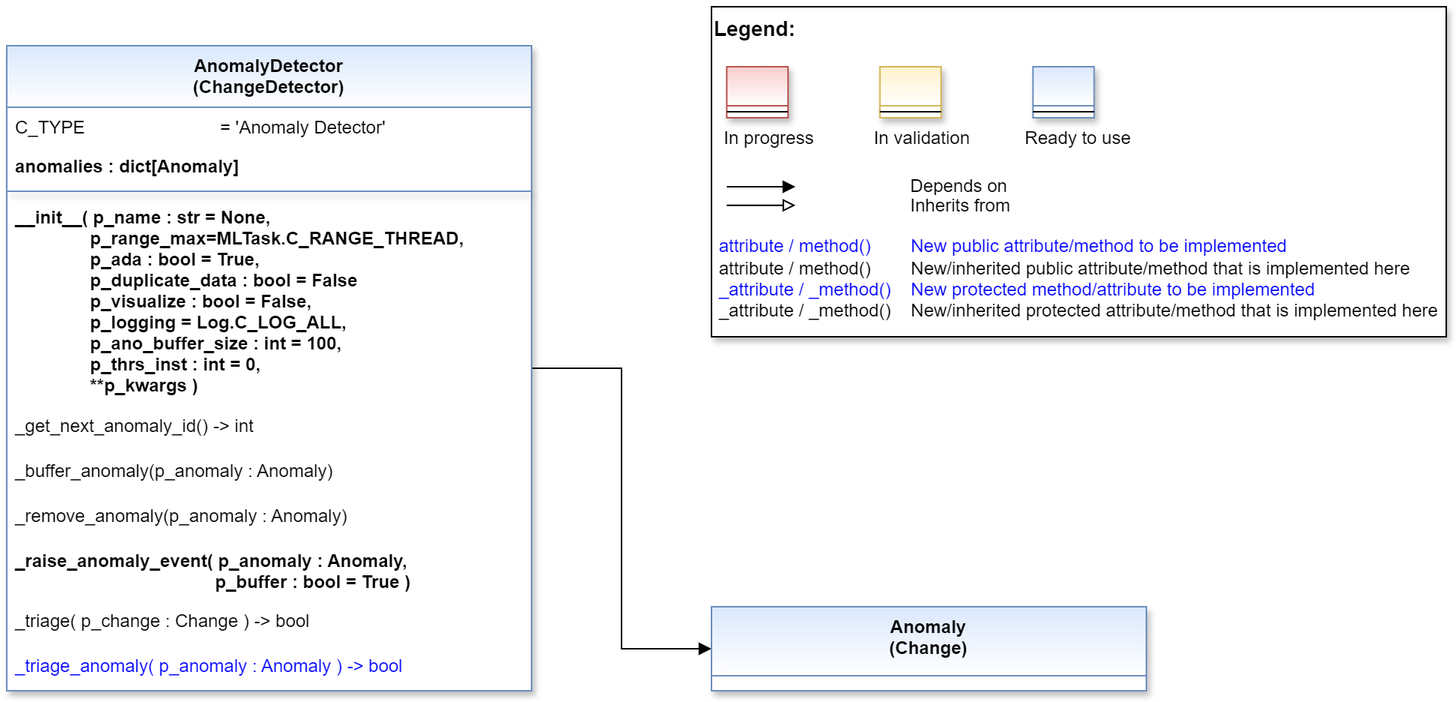
Earlier version of the draw.io export doc/rtd/content/99_appendices/appendix2/sub/mlpro_oa/streams/30_change_detection/10_anomaly_detection/images/MLPro-OA-Anomaly-Detectors_class_diagram.drawio.png (fhswf/MLPro). Source tidied: cells renumbered, new cells last; positions are measured from the earlier drawing's top-left corner, leaving out a move shared by most shapes.
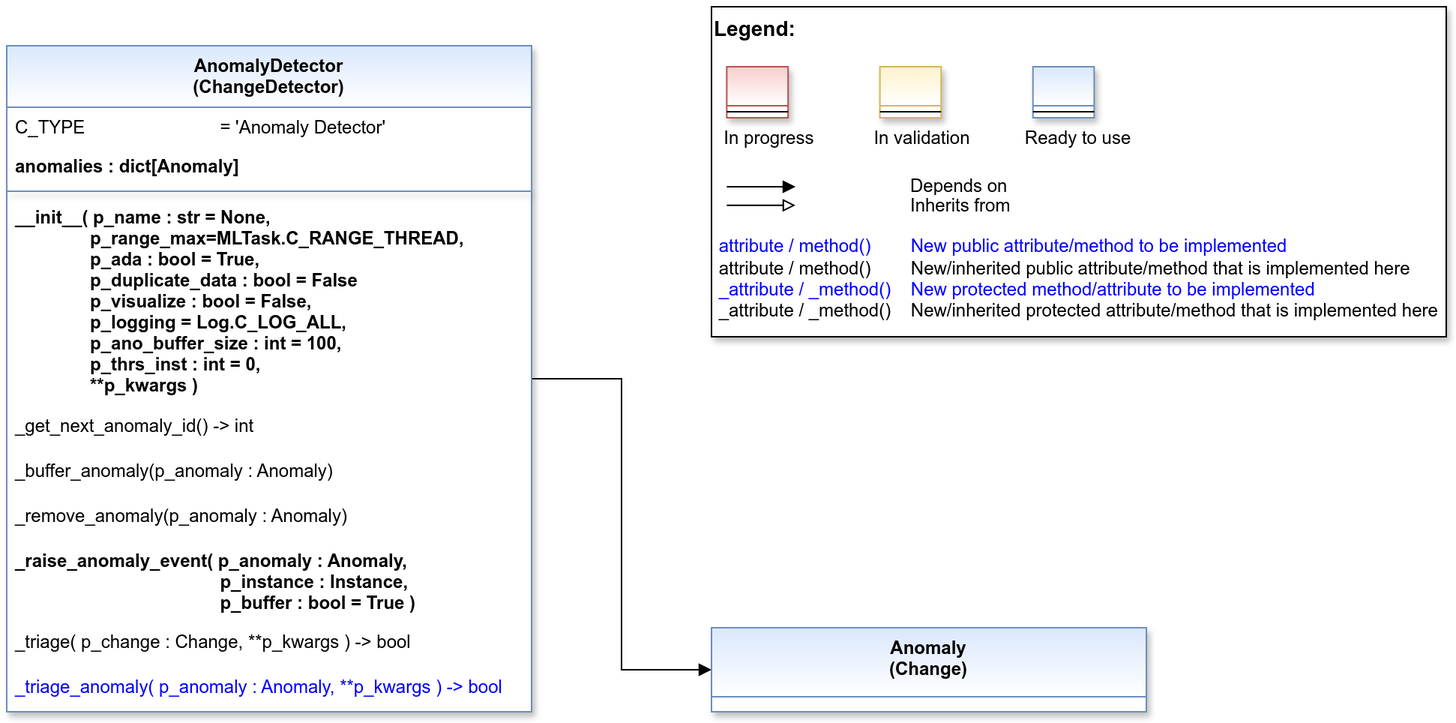
Above is the later version.

What changed in the source:
```diff
@@ -47,7 +47,7 @@
       <mxGeometry relative="1" as="geometry" />
     </mxCell>
     <mxCell id="13" value="AnomalyDetector&#10;(ChangeDetector)" style="swimlane;align=center;verticalAlign=top;horizontal=1;startSize=41;rounded=0;shadow=1;strokeWidth=1;fillColor=#dae8fc;strokeColor=#6c8ebf;swimlaneFillColor=#ffffff;gradientColor=#FFFFFF;" parent="1" vertex="1">
-      <mxGeometry y="26" width="350" height="430" as="geometry" />
+      <mxGeometry y="26" width="350" height="444" as="geometry" />
     </mxCell>
     <mxCell id="14" value="C_TYPE                           = 'Anomaly Detector'" style="text;align=left;verticalAlign=top;spacingLeft=4;spacingRight=4;overflow=hidden;fontStyle=0;fontColor=default;" parent="13" vertex="1">
       <mxGeometry y="41" width="350" height="26" as="geometry" />
@@ -70,17 +70,17 @@
     <mxCell id="20" value="_remove_anomaly(p_anomaly : Anomaly)" style="text;align=left;verticalAlign=top;spacingLeft=4;spacingRight=4;overflow=hidden;shadow=1;" parent="13" vertex="1">
       <mxGeometry y="300" width="350" height="30" as="geometry" />
     </mxCell>
-    <mxCell id="21" value="_raise_anomaly_event( p_anomaly : Anomaly, &#10;                                        p_buffer : bool = True )" style="text;align=left;verticalAlign=top;spacingLeft=4;spacingRight=4;overflow=hidden;shadow=1;fontStyle=1;" parent="13" vertex="1">
-      <mxGeometry y="330" width="350" height="40" as="geometry" />
+    <mxCell id="21" value="_raise_anomaly_event( p_anomaly : Anomaly,&#10;                                         p_instance : Instance, &#10;                                         p_buffer : bool = True )" style="text;align=left;verticalAlign=top;spacingLeft=4;spacingRight=4;overflow=hidden;shadow=1;fontStyle=1;" parent="13" vertex="1">
+      <mxGeometry y="330" width="350" height="54" as="geometry" />
     </mxCell>
-    <mxCell id="22" value="_triage( p_change : Change ) -&gt; bool" style="text;align=left;verticalAlign=top;spacingLeft=4;spacingRight=4;overflow=hidden;shadow=1;" parent="13" vertex="1">
-      <mxGeometry y="370" width="350" height="30" as="geometry" />
+    <mxCell id="22" value="_triage( p_change : Change, **p_kwargs ) -&gt; bool" style="text;align=left;verticalAlign=top;spacingLeft=4;spacingRight=4;overflow=hidden;shadow=1;" parent="13" vertex="1">
+      <mxGeometry y="384" width="350" height="30" as="geometry" />
     </mxCell>
-    <mxCell id="23" value="_triage_anomaly( p_anomaly : Anomaly ) -&gt; bool" style="text;align=left;verticalAlign=top;spacingLeft=4;spacingRight=4;overflow=hidden;shadow=1;fontColor=#0000FF;" parent="13" vertex="1">
-      <mxGeometry y="400" width="350" height="30" as="geometry" />
+    <mxCell id="23" value="_triage_anomaly( p_anomaly : Anomaly, **p_kwargs ) -&gt; bool" style="text;align=left;verticalAlign=top;spacingLeft=4;spacingRight=4;overflow=hidden;shadow=1;fontColor=#0000FF;" parent="13" vertex="1">
+      <mxGeometry y="414" width="350" height="30" as="geometry" />
     </mxCell>
     <mxCell id="24" value="Anomaly &#10;(Change)" style="swimlane;fontStyle=1;align=center;verticalAlign=top;horizontal=1;startSize=46;rounded=0;shadow=1;strokeWidth=1;fillColor=#dae8fc;strokeColor=#6c8ebf;swimlaneFillColor=#ffffff;fontFamily=Helvetica;fontSize=12;gradientColor=#FFFFFF;" parent="1" vertex="1">
-      <mxGeometry x="470" y="400" width="290" height="56" as="geometry" />
+      <mxGeometry x="470" y="414" width="290" height="56" as="geometry" />
     </mxCell>
   </root>
 </mxGraphModel>
```
